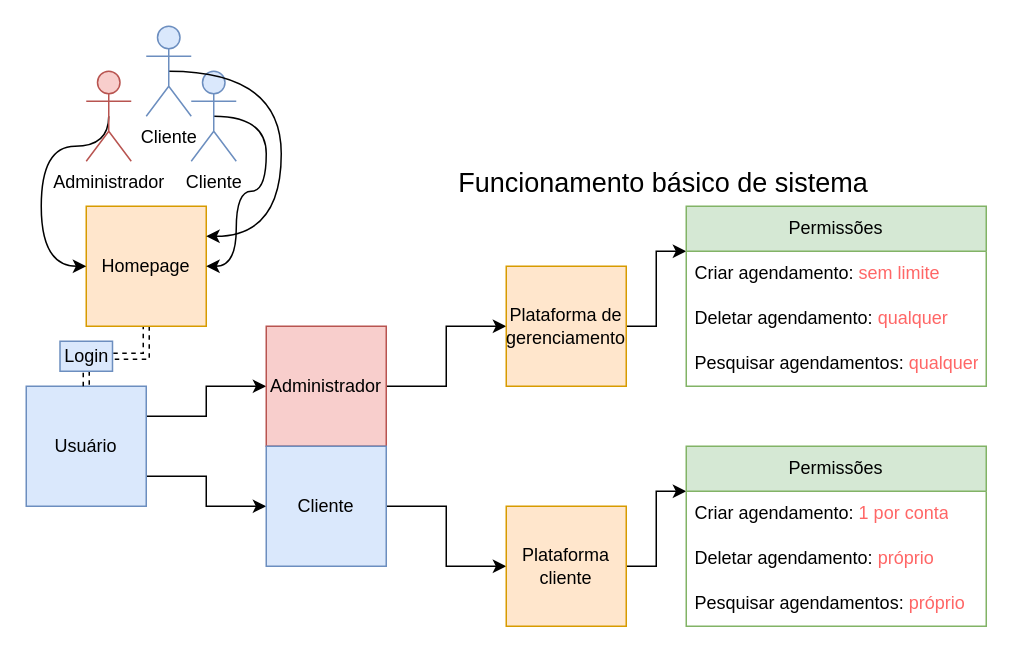
The draw.io diagram documentação/ideias/diagrama_de_entidades.drawio in Creath-Noite-A/Agendamento-Documentacao, before the edit. Source tidied: cells renumbered, new cells numbered last; positions are measured from the earlier drawing's top-left corner, leaving out a move shared by most shapes. Both pictures are drawn from the tidied source at 150%, with x=0, y=0 at pixel (26, 26).
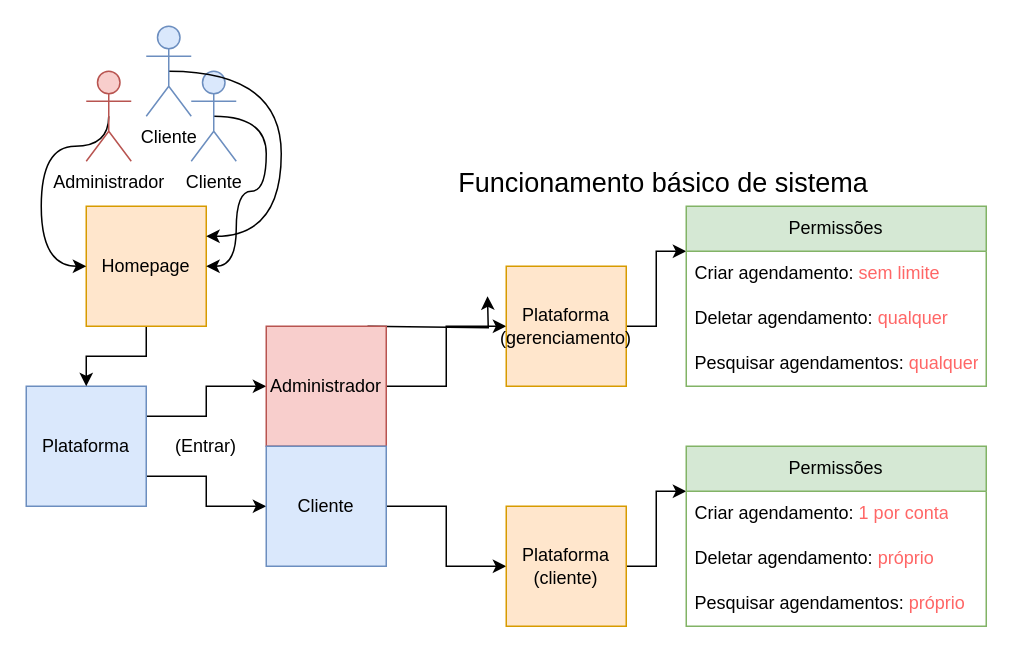
The same diagram, later.

Unchanged cells that the change refers to:
```xml
<mxCell id="6" value="Administrador" style="whiteSpace=wrap;html=1;fillColor=#f8cecc;strokeColor=#b85450;" parent="1" vertex="1">
  <mxGeometry x="160" y="200" width="80" height="80" as="geometry" />
</mxCell>
<mxCell id="12" value="Homepage" style="whiteSpace=wrap;html=1;fillColor=#ffe6cc;strokeColor=#d79b00;" parent="1" vertex="1">
  <mxGeometry x="40" y="120" width="80" height="80" as="geometry" />
</mxCell>
```

The edit, as a diff of the source:
```diff
@@
-    <mxCell id="2" style="edgeStyle=orthogonalEdgeStyle;rounded=0;jettySize=auto;html=1;exitX=1;exitY=0.25;exitDx=0;exitDy=0;entryX=0;entryY=0.5;entryDx=0;entryDy=0;" parent="1" edge="1" source="4" target="6">
-      <mxGeometry relative="1" as="geometry" />
+    <mxCell id="2" style="edgeStyle=orthogonalEdgeStyle;rounded=0;orthogonalLoop=1;jettySize=auto;html=1;exitX=1;exitY=0.25;exitDx=0;exitDy=0;entryX=0;entryY=0.5;entryDx=0;entryDy=0;" parent="1" edge="1">
+      <mxGeometry relative="1" as="geometry">
+        <mxPoint x="227.5" y="200" as="sourcePoint" />
+        <mxPoint x="307.5" y="180" as="targetPoint" />
+      </mxGeometry>
     </mxCell>
@@
+    <mxCell id="33" style="edgeStyle=orthogonalEdgeStyle;rounded=0;jettySize=auto;html=1;exitX=1;exitY=0.25;exitDx=0;exitDy=0;entryX=0;entryY=0.5;entryDx=0;entryDy=0;" parent="1" edge="1" source="4" target="6">
+      <mxGeometry relative="1" as="geometry" />
+    </mxCell>
-    <mxCell id="4" value="Usuário" style="whiteSpace=wrap;html=1;fillColor=#dae8fc;strokeColor=#6c8ebf;" parent="1" vertex="1">
+    <mxCell id="4" value="Plataforma" style="whiteSpace=wrap;html=1;fillColor=#dae8fc;strokeColor=#6c8ebf;" parent="1" vertex="1">
       <mxGeometry y="240" width="80" height="80" as="geometry" />
     </mxCell>
@@
-    <mxCell id="10" value="Plataforma de gerenciamento" style="whiteSpace=wrap;html=1;fillColor=#ffe6cc;strokeColor=#d79b00;" parent="1" vertex="1">
+    <mxCell id="10" value="Plataforma (gerenciamento)" style="whiteSpace=wrap;html=1;fillColor=#ffe6cc;strokeColor=#d79b00;" parent="1" vertex="1">
       <mxGeometry x="320" y="160" width="80" height="80" as="geometry" />
     </mxCell>
-    <mxCell id="11" style="edgeStyle=orthogonalEdgeStyle;rounded=0;jettySize=auto;html=1;exitX=0.5;exitY=1;exitDx=0;exitDy=0;dashed=1;shape=link;" parent="1" edge="1" source="12" target="32">
-      <mxGeometry relative="1" as="geometry" />
-    </mxCell>
+    <mxCell id="34" style="edgeStyle=orthogonalEdgeStyle;rounded=0;jettySize=auto;html=1;exitX=0.5;exitY=1;exitDx=0;exitDy=0;entryX=0.5;entryY=0;entryDx=0;entryDy=0;" parent="1" edge="1" source="12" target="4">
+      <mxGeometry relative="1" as="geometry" />
+    </mxCell>
@@
-    <mxCell id="14" value="Plataforma&lt;div&gt;cliente&lt;/div&gt;" style="whiteSpace=wrap;html=1;fillColor=#ffe6cc;strokeColor=#d79b00;" parent="1" vertex="1">
+    <mxCell id="14" value="Plataforma&lt;div&gt;(cliente)&lt;/div&gt;" style="whiteSpace=wrap;html=1;fillColor=#ffe6cc;strokeColor=#d79b00;" parent="1" vertex="1">
       <mxGeometry x="320" y="320" width="80" height="80" as="geometry" />
     </mxCell>
@@
-    <mxCell id="31" style="edgeStyle=orthogonalEdgeStyle;rounded=1;jettySize=auto;html=1;exitX=0.5;exitY=1;exitDx=0;exitDy=0;entryX=0.5;entryY=0;entryDx=0;entryDy=0;curved=0;shape=link;dashed=1;" parent="1" edge="1" source="32" target="4">
-      <mxGeometry relative="1" as="geometry" />
-    </mxCell>
-    <mxCell id="32" value="Login" style="text;html=1;align=center;verticalAlign=middle;whiteSpace=wrap;rounded=0;fillColor=#dae8fc;strokeColor=#6c8ebf;" parent="1" vertex="1">
-      <mxGeometry x="22.5" y="210" width="35" height="20" as="geometry" />
-    </mxCell>
+    <mxCell id="35" value="(Entrar)" style="text;html=1;align=center;verticalAlign=middle;whiteSpace=wrap;rounded=0;" parent="1" vertex="1">
+      <mxGeometry x="90" y="265" width="60" height="30" as="geometry" />
+    </mxCell>
```
